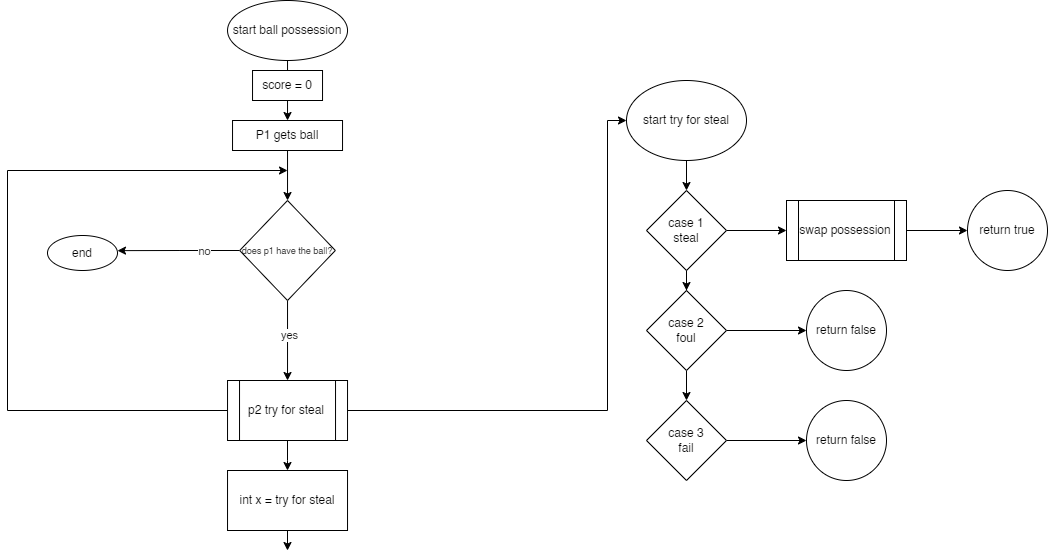
y4nder/JAVA-reviews keeps this draw.io diagram as BasketballGameVersion2/Ball Posession.drawio.png. Above is the earlier version. Source tidied: cells renumbered, new cells last; positions are measured from the earlier drawing's top-left corner, leaving out a move shared by most shapes.
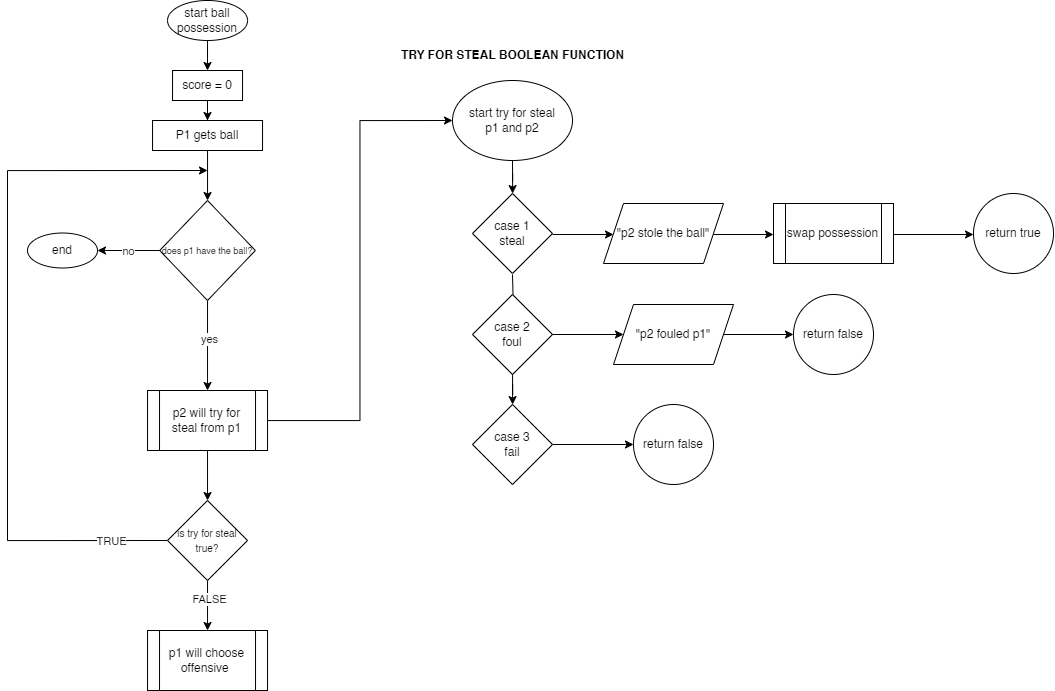
The same diagram one commit later.

What changed in the source:
```diff
@@ -2,118 +2,94 @@
   <root>
     <mxCell id="0" />
     <mxCell id="1" parent="0" />
+    <mxCell id="36" style="edgeStyle=orthogonalEdgeStyle;rounded=0;jettySize=auto;html=1;" parent="1" edge="1" source="2" target="35">
+      <mxGeometry relative="1" as="geometry" />
+    </mxCell>
     <mxCell id="2" value="start ball possession" style="ellipse;whiteSpace=wrap;html=1;" parent="1" vertex="1">
-      <mxGeometry x="220" width="120" height="60" as="geometry" />
+      <mxGeometry x="240" width="80" height="40" as="geometry" />
     </mxCell>
-    <mxCell id="3" style="edgeStyle=orthogonalEdgeStyle;rounded=0;jettySize=auto;html=1;" parent="1" edge="1" source="2" target="5">
-      <mxGeometry relative="1" as="geometry" />
-    </mxCell>
-    <mxCell id="4" style="edgeStyle=orthogonalEdgeStyle;rounded=0;jettySize=auto;html=1;exitX=0.5;exitY=1;exitDx=0;exitDy=0;entryX=0.5;entryY=0;entryDx=0;entryDy=0;" parent="1" edge="1" source="5" target="10">
-      <mxGeometry relative="1" as="geometry" />
-    </mxCell>
-    <mxCell id="5" value="P1 gets ball" style="rounded=0;whiteSpace=wrap;html=1;" parent="1" vertex="1">
-      <mxGeometry x="225" y="120" width="110" height="30" as="geometry" />
-    </mxCell>
-    <mxCell id="6" style="edgeStyle=orthogonalEdgeStyle;rounded=0;jettySize=auto;html=1;entryX=0.5;entryY=0;entryDx=0;entryDy=0;" parent="1" edge="1" source="10" target="14">
+    <mxCell id="6" style="edgeStyle=orthogonalEdgeStyle;rounded=0;jettySize=auto;html=1;entryX=0.5;entryY=0;entryDx=0;entryDy=0;" parent="1" edge="1" source="10" target="43">
       <mxGeometry relative="1" as="geometry" />
     </mxCell>
     <mxCell id="7" value="yes" style="edgeLabel;html=1;align=center;verticalAlign=middle;" parent="6" vertex="1">
       <mxGeometry x="-0.13" y="1" relative="1" as="geometry" />
     </mxCell>
-    <mxCell id="8" style="edgeStyle=orthogonalEdgeStyle;rounded=0;jettySize=auto;html=1;exitX=0;exitY=0.5;exitDx=0;exitDy=0;" parent="1" edge="1" source="10">
+    <mxCell id="8" style="edgeStyle=orthogonalEdgeStyle;rounded=0;jettySize=auto;html=1;exitX=0;exitY=0.5;exitDx=0;exitDy=0;" parent="1" edge="1" source="15">
       <mxGeometry relative="1" as="geometry">
         <mxPoint x="110" y="250.1" as="targetPoint" />
       </mxGeometry>
     </mxCell>
-    <mxCell id="9" value="no" style="edgeLabel;html=1;align=center;verticalAlign=middle;" parent="8" vertex="1">
-      <mxGeometry x="-0.42" y="3" relative="1" as="geometry">
-        <mxPoint y="-3" as="offset" />
-      </mxGeometry>
-    </mxCell>
     <mxCell id="10" value="&lt;font style=&quot;font-size: 9px;&quot;&gt;does p1 have the ball?&lt;/font&gt;" style="rhombus;whiteSpace=wrap;html=1;" parent="1" vertex="1">
       <mxGeometry x="232.2" y="200" width="95.6" height="100" as="geometry" />
     </mxCell>
-    <mxCell id="11" style="edgeStyle=orthogonalEdgeStyle;rounded=0;jettySize=auto;html=1;" parent="1" edge="1" source="14">
-      <mxGeometry relative="1" as="geometry">
-        <mxPoint x="280" y="470" as="targetPoint" />
-      </mxGeometry>
-    </mxCell>
-    <mxCell id="12" style="edgeStyle=orthogonalEdgeStyle;rounded=0;jettySize=auto;html=1;entryX=0;entryY=0.5;entryDx=0;entryDy=0;" parent="1" edge="1" source="14" target="17">
-      <mxGeometry relative="1" as="geometry">
-        <Array as="points">
-          <mxPoint x="600" y="410" />
-          <mxPoint x="600" y="120" />
-        </Array>
-      </mxGeometry>
-    </mxCell>
-    <mxCell id="13" style="edgeStyle=orthogonalEdgeStyle;rounded=0;jettySize=auto;html=1;" parent="1" edge="1" source="14">
+    <mxCell id="13" style="edgeStyle=orthogonalEdgeStyle;rounded=0;orthogonalLoop=1;jettySize=auto;html=1;" parent="1" edge="1">
       <mxGeometry relative="1" as="geometry">
+        <mxPoint x="240" y="540" as="sourcePoint" />
         <mxPoint x="280" y="170" as="targetPoint" />
         <Array as="points">
-          <mxPoint y="410" />
-          <mxPoint y="170" />
+          <mxPoint x="80" y="540" />
+          <mxPoint x="80" y="170" />
         </Array>
       </mxGeometry>
     </mxCell>
-    <mxCell id="14" value="p2 try for steal" style="shape=process;whiteSpace=wrap;html=1;backgroundOutline=1;" parent="1" vertex="1">
-      <mxGeometry x="220" y="380" width="120" height="60" as="geometry" />
-    </mxCell>
-    <mxCell id="15" value="end" style="ellipse;whiteSpace=wrap;html=1;" parent="1" vertex="1">
-      <mxGeometry x="40" y="235" width="70" height="35" as="geometry" />
-    </mxCell>
+    <mxCell id="37" value="TRUE" style="edgeLabel;html=1;align=center;verticalAlign=middle;" parent="13" vertex="1">
+      <mxGeometry x="-0.71" y="4" relative="1" as="geometry">
+        <mxPoint x="51" y="-4" as="offset" />
+      </mxGeometry>
+    </mxCell>
     <mxCell id="16" style="edgeStyle=orthogonalEdgeStyle;rounded=0;jettySize=auto;html=1;" parent="1" edge="1" source="17" target="20">
       <mxGeometry relative="1" as="geometry" />
     </mxCell>
-    <mxCell id="17" value="start try for steal" style="ellipse;whiteSpace=wrap;html=1;" parent="1" vertex="1">
-      <mxGeometry x="619" y="80" width="120" height="80" as="geometry" />
+    <mxCell id="17" value="start try for steal&lt;br&gt;p1 and p2" style="ellipse;whiteSpace=wrap;html=1;" parent="1" vertex="1">
+      <mxGeometry x="525" y="80" width="120" height="80" as="geometry" />
     </mxCell>
-    <mxCell id="18" style="edgeStyle=orthogonalEdgeStyle;rounded=0;jettySize=auto;html=1;" parent="1" edge="1" source="20" target="23">
-      <mxGeometry relative="1" as="geometry" />
+    <mxCell id="18" style="edgeStyle=orthogonalEdgeStyle;rounded=0;jettySize=auto;html=1;" parent="1" edge="1" target="23">
+      <mxGeometry relative="1" as="geometry">
+        <mxPoint x="585" y="274" as="sourcePoint" />
+      </mxGeometry>
     </mxCell>
-    <mxCell id="19" style="edgeStyle=orthogonalEdgeStyle;rounded=0;jettySize=auto;html=1;" parent="1" edge="1" source="20" target="27">
-      <mxGeometry relative="1" as="geometry" />
+    <mxCell id="19" style="edgeStyle=orthogonalEdgeStyle;rounded=0;orthogonalLoop=1;jettySize=auto;html=1;" parent="1" edge="1">
+      <mxGeometry relative="1" as="geometry">
+        <mxPoint x="786" y="234" as="sourcePoint" />
+        <mxPoint x="846" y="234" as="targetPoint" />
+      </mxGeometry>
     </mxCell>
     <mxCell id="20" value="case 1&lt;br&gt;steal" style="rhombus;whiteSpace=wrap;html=1;" parent="1" vertex="1">
-      <mxGeometry x="639" y="190" width="80" height="80" as="geometry" />
+      <mxGeometry x="545" y="193" width="80" height="80" as="geometry" />
     </mxCell>
     <mxCell id="21" style="edgeStyle=orthogonalEdgeStyle;rounded=0;jettySize=auto;html=1;" parent="1" edge="1" source="23" target="25">
       <mxGeometry relative="1" as="geometry" />
     </mxCell>
-    <mxCell id="22" style="edgeStyle=orthogonalEdgeStyle;rounded=0;jettySize=auto;html=1;" parent="1" edge="1" source="23" target="29">
+    <mxCell id="22" style="edgeStyle=orthogonalEdgeStyle;rounded=0;jettySize=auto;html=1;" parent="1" edge="1" source="50" target="29">
       <mxGeometry relative="1" as="geometry" />
     </mxCell>
     <mxCell id="23" value="case 2&lt;br&gt;foul" style="rhombus;whiteSpace=wrap;html=1;" parent="1" vertex="1">
-      <mxGeometry x="639" y="290" width="80" height="80" as="geometry" />
+      <mxGeometry x="545" y="294" width="80" height="80" as="geometry" />
     </mxCell>
     <mxCell id="24" style="edgeStyle=orthogonalEdgeStyle;rounded=0;jettySize=auto;html=1;" parent="1" edge="1" source="25" target="30">
       <mxGeometry relative="1" as="geometry" />
     </mxCell>
     <mxCell id="25" value="case 3&lt;br&gt;fail" style="rhombus;whiteSpace=wrap;html=1;" parent="1" vertex="1">
-      <mxGeometry x="639" y="400" width="80" height="80" as="geometry" />
+      <mxGeometry x="545" y="404" width="80" height="80" as="geometry" />
     </mxCell>
-    <mxCell id="26" style="edgeStyle=orthogonalEdgeStyle;rounded=0;jettySize=auto;html=1;" parent="1" edge="1" source="27" target="28">
-      <mxGeometry relative="1" as="geometry" />
+    <mxCell id="26" style="edgeStyle=orthogonalEdgeStyle;rounded=0;orthogonalLoop=1;jettySize=auto;html=1;" parent="1" edge="1">
+      <mxGeometry relative="1" as="geometry">
+        <mxPoint x="966" y="234" as="sourcePoint" />
+        <mxPoint x="1046" y="234" as="targetPoint" />
+      </mxGeometry>
     </mxCell>
     <mxCell id="27" value="swap possession" style="shape=process;whiteSpace=wrap;html=1;backgroundOutline=1;" parent="1" vertex="1">
-      <mxGeometry x="779" y="200" width="120" height="60" as="geometry" />
+      <mxGeometry x="846" y="203" width="120" height="60" as="geometry" />
     </mxCell>
     <mxCell id="28" value="return true" style="ellipse;whiteSpace=wrap;html=1;" parent="1" vertex="1">
-      <mxGeometry x="960" y="190" width="80" height="80" as="geometry" />
+      <mxGeometry x="1046" y="193" width="80" height="80" as="geometry" />
     </mxCell>
     <mxCell id="29" value="return false" style="ellipse;whiteSpace=wrap;html=1;" parent="1" vertex="1">
-      <mxGeometry x="799" y="290" width="80" height="80" as="geometry" />
+      <mxGeometry x="866" y="294" width="80" height="80" as="geometry" />
     </mxCell>
     <mxCell id="30" value="return false" style="ellipse;whiteSpace=wrap;html=1;" parent="1" vertex="1">
-      <mxGeometry x="799" y="400" width="80" height="80" as="geometry" />
+      <mxGeometry x="706" y="404" width="80" height="80" as="geometry" />
     </mxCell>
-    <mxCell id="31" style="edgeStyle=orthogonalEdgeStyle;rounded=0;jettySize=auto;html=1;" parent="1" edge="1" source="32">
-      <mxGeometry relative="1" as="geometry">
-        <mxPoint x="280" y="550" as="targetPoint" />
-      </mxGeometry>
-    </mxCell>
-    <mxCell id="32" value="int x = try for steal" style="rounded=0;whiteSpace=wrap;html=1;" parent="1" vertex="1">
-      <mxGeometry x="220" y="470" width="120" height="60" as="geometry" />
-    </mxCell>
     <mxCell id="33" style="edgeStyle=orthogonalEdgeStyle;rounded=0;jettySize=auto;html=1;" parent="1" edge="1" target="x">
       <mxGeometry relative="1" as="geometry">
         <mxPoint x="280" y="630" as="sourcePoint" />
@@ -124,8 +100,67 @@
         <mxPoint x="280" y="730" as="sourcePoint" />
       </mxGeometry>
     </mxCell>
+    <mxCell id="4" style="edgeStyle=orthogonalEdgeStyle;rounded=0;jettySize=auto;html=1;" parent="1" edge="1" source="5" target="10">
+      <mxGeometry relative="1" as="geometry" />
+    </mxCell>
     <mxCell id="35" value="score = 0" style="rounded=0;whiteSpace=wrap;html=1;" parent="1" vertex="1">
       <mxGeometry x="245" y="70" width="70" height="30" as="geometry" />
     </mxCell>
+    <mxCell id="38" style="edgeStyle=orthogonalEdgeStyle;rounded=0;jettySize=auto;html=1;" parent="1" edge="1" source="40" target="46">
+      <mxGeometry relative="1" as="geometry" />
+    </mxCell>
+    <mxCell id="39" value="FALSE" style="edgeLabel;html=1;align=center;verticalAlign=middle;" parent="38" vertex="1">
+      <mxGeometry x="-0.26" y="1" relative="1" as="geometry" />
+    </mxCell>
+    <mxCell id="40" value="&lt;font style=&quot;font-size: 10px;&quot;&gt;is try for steal true?&lt;/font&gt;" style="rhombus;whiteSpace=wrap;html=1;" parent="1" vertex="1">
+      <mxGeometry x="240" y="500" width="80" height="80" as="geometry" />
+    </mxCell>
+    <mxCell id="41" style="edgeStyle=orthogonalEdgeStyle;rounded=0;jettySize=auto;html=1;" parent="1" edge="1" source="43" target="40">
+      <mxGeometry relative="1" as="geometry" />
+    </mxCell>
+    <mxCell id="42" style="edgeStyle=orthogonalEdgeStyle;rounded=0;jettySize=auto;html=1;entryX=0;entryY=0.5;entryDx=0;entryDy=0;" parent="1" edge="1" source="43" target="17">
+      <mxGeometry relative="1" as="geometry" />
+    </mxCell>
+    <mxCell id="43" value="p2 will try for steal from p1" style="shape=process;whiteSpace=wrap;html=1;backgroundOutline=1;" parent="1" vertex="1">
+      <mxGeometry x="220" y="390" width="120" height="60" as="geometry" />
+    </mxCell>
+    <mxCell id="44" style="edgeStyle=orthogonalEdgeStyle;rounded=0;jettySize=auto;html=1;exitX=0;exitY=0.5;exitDx=0;exitDy=0;" parent="1" edge="1" source="10" target="15">
+      <mxGeometry relative="1" as="geometry" />
+    </mxCell>
+    <mxCell id="9" value="no" style="edgeLabel;html=1;align=center;verticalAlign=middle;" parent="44" vertex="1">
+      <mxGeometry x="-0.42" y="3" relative="1" as="geometry">
+        <mxPoint x="-14" y="-3" as="offset" />
+      </mxGeometry>
+    </mxCell>
+    <mxCell id="15" value="end" style="ellipse;whiteSpace=wrap;html=1;" parent="1" vertex="1">
+      <mxGeometry x="100" y="232.5" width="70" height="35" as="geometry" />
+    </mxCell>
+    <mxCell id="45" value="&lt;b&gt;TRY FOR STEAL BOOLEAN FUNCTION&lt;/b&gt;" style="text;html=1;align=center;verticalAlign=middle;strokeColor=none;fillColor=none;" parent="1" vertex="1">
+      <mxGeometry x="460" y="40" width="250" height="30" as="geometry" />
+    </mxCell>
+    <mxCell id="46" value="p1 will choose offensive&amp;nbsp;" style="shape=process;whiteSpace=wrap;html=1;backgroundOutline=1;" parent="1" vertex="1">
+      <mxGeometry x="220" y="630" width="120" height="60" as="geometry" />
+    </mxCell>
+    <mxCell id="47" style="edgeStyle=orthogonalEdgeStyle;rounded=0;orthogonalLoop=1;jettySize=auto;html=1;" parent="1" edge="1">
+      <mxGeometry relative="1" as="geometry">
+        <mxPoint x="625" y="234" as="sourcePoint" />
+        <mxPoint x="686" y="234" as="targetPoint" />
+      </mxGeometry>
+    </mxCell>
+    <mxCell id="48" value="&quot;p2 stole the ball&quot;" style="shape=parallelogram;perimeter=parallelogramPerimeter;whiteSpace=wrap;html=1;fixedSize=1;" parent="1" vertex="1">
+      <mxGeometry x="676" y="203" width="120" height="60" as="geometry" />
+    </mxCell>
+    <mxCell id="49" style="edgeStyle=orthogonalEdgeStyle;rounded=0;jettySize=auto;html=1;" parent="1" edge="1" source="23" target="50">
+      <mxGeometry relative="1" as="geometry" />
+    </mxCell>
+    <mxCell id="50" value="&quot;p2 fouled p1&quot;" style="shape=parallelogram;perimeter=parallelogramPerimeter;whiteSpace=wrap;html=1;fixedSize=1;" parent="1" vertex="1">
+      <mxGeometry x="686" y="304" width="120" height="60" as="geometry" />
+    </mxCell>
+    <mxCell id="51" style="edgeStyle=orthogonalEdgeStyle;rounded=0;jettySize=auto;html=1;" parent="1" edge="1" source="35" target="5">
+      <mxGeometry relative="1" as="geometry" />
+    </mxCell>
+    <mxCell id="5" value="P1 gets ball" style="rounded=0;whiteSpace=wrap;html=1;" parent="1" vertex="1">
+      <mxGeometry x="225" y="120" width="110" height="30" as="geometry" />
+    </mxCell>
   </root>
 </mxGraphModel>
```
